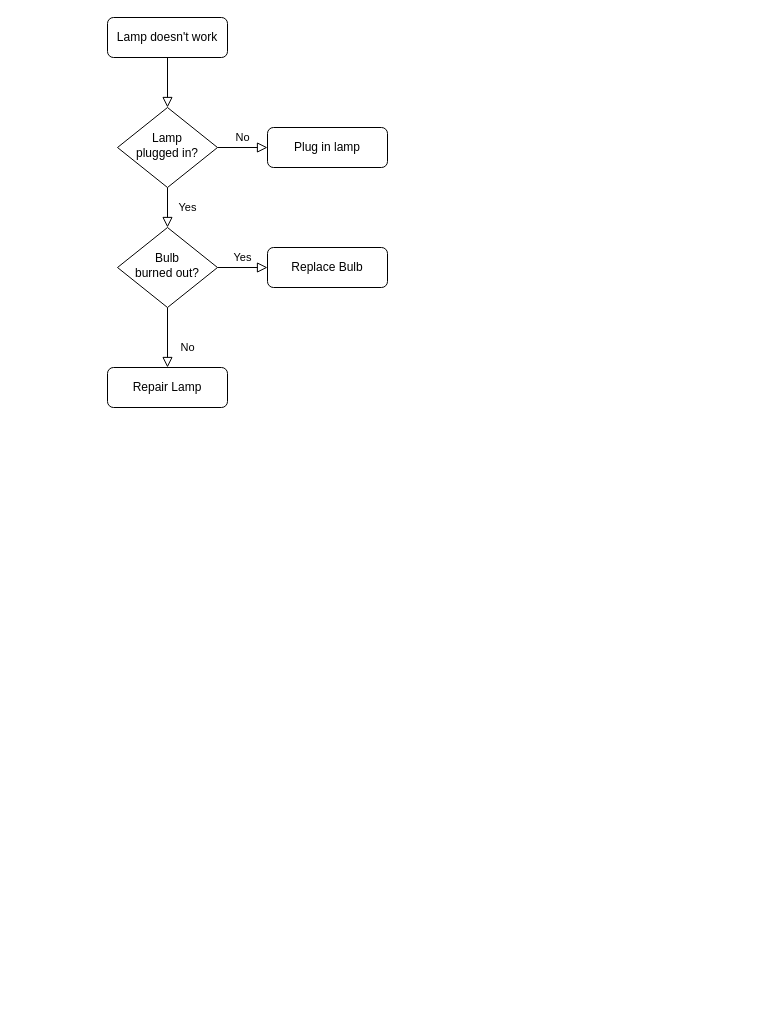
Before: 未命名绘图.drawio in lllfx/A-Guide-to-Retrieval-Augmented-LLM, a draw.io diagram. Source tidied: cells renumbered, new cells numbered last; positions are measured from the earlier drawing's top-left corner, leaving out a move shared by most shapes. Both pictures are drawn from the tidied source at 100%, with x=0, y=0 at pixel (107, 17).
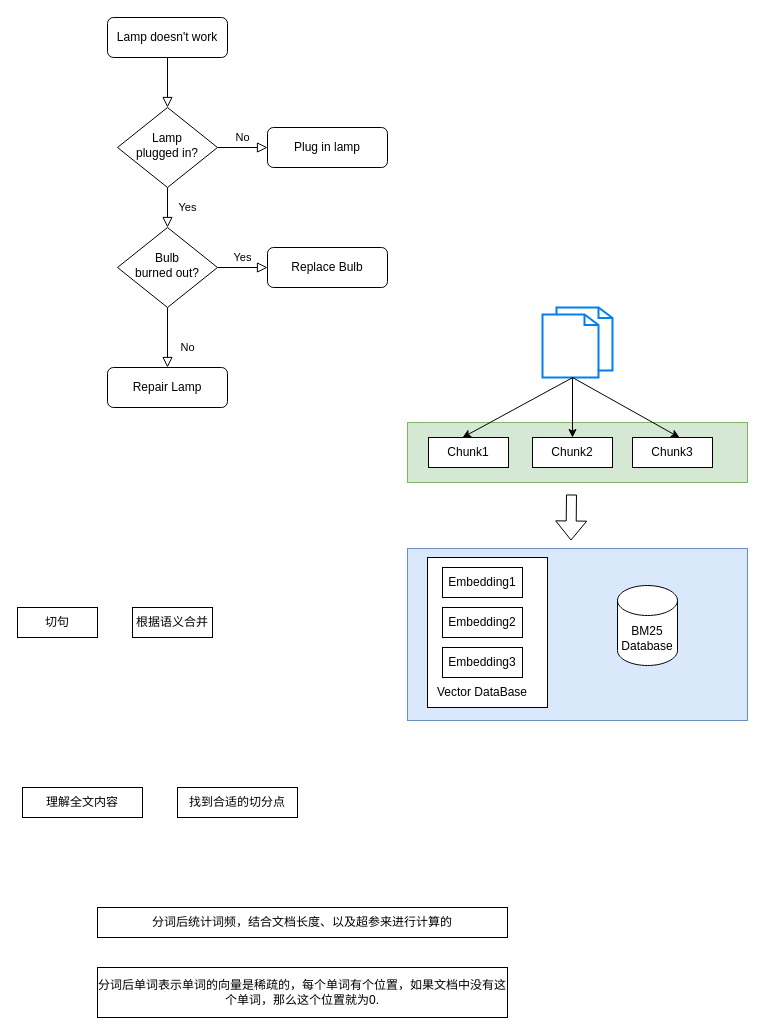
The same diagram, later.

Commit message:
更新未命名绘图.drawio

Change to the diagram source:
```diff
@@
+    <mxCell id="13" value="切句" style="rounded=0;whiteSpace=wrap;html=1;" parent="1" vertex="1">
+      <mxGeometry x="-90" y="590" width="80" height="30" as="geometry" />
+    </mxCell>
+    <mxCell id="14" value="根据语义合并" style="rounded=0;whiteSpace=wrap;html=1;" parent="1" vertex="1">
+      <mxGeometry x="25" y="590" width="80" height="30" as="geometry" />
+    </mxCell>
+    <mxCell id="15" value="理解全文内容" style="rounded=0;whiteSpace=wrap;html=1;" parent="1" vertex="1">
+      <mxGeometry x="-85" y="770" width="120" height="30" as="geometry" />
+    </mxCell>
+    <mxCell id="16" value="找到合适的切分点" style="rounded=0;whiteSpace=wrap;html=1;" parent="1" vertex="1">
+      <mxGeometry x="70" y="770" width="120" height="30" as="geometry" />
+    </mxCell>
+    <mxCell id="17" style="rounded=0;whiteSpace=wrap;html=1;fillColor=#dae8fc;strokeColor=#6c8ebf;" parent="1" vertex="1">
+      <mxGeometry x="300" y="531" width="340" height="172" as="geometry" />
+    </mxCell>
+    <mxCell id="18" style="rounded=0;whiteSpace=wrap;html=1;fillColor=#d5e8d4;strokeColor=#82b366;" parent="1" vertex="1">
+      <mxGeometry x="300" y="405" width="340" height="60" as="geometry" />
+    </mxCell>
+    <mxCell id="19" style="rounded=0;whiteSpace=wrap;html=1;" parent="1" vertex="1">
+      <mxGeometry x="320" y="540" width="120" height="150" as="geometry" />
+    </mxCell>
+    <mxCell id="20" style="html=1;verticalLabelPosition=bottom;align=center;labelBackgroundColor=#ffffff;verticalAlign=top;strokeWidth=2;strokeColor=#0080F0;shadow=0;dashed=0;shape=mxgraph.ios7.icons.documents;" parent="1" vertex="1">
+      <mxGeometry x="435" y="290" width="70" height="70" as="geometry" />
+    </mxCell>
+    <mxCell id="21" style="endArrow=classic;html=1;rounded=0;exitX=0.433;exitY=1;exitDx=0;exitDy=0;exitPerimeter=0;entryX=0.5;entryY=0;entryDx=0;entryDy=0;" parent="1" edge="1" source="20">
+      <mxGeometry relative="1" as="geometry">
+        <mxPoint x="355" y="420" as="targetPoint" />
+      </mxGeometry>
+    </mxCell>
+    <mxCell id="22" style="endArrow=classic;html=1;rounded=0;entryX=0.5;entryY=0;entryDx=0;entryDy=0;" parent="1" edge="1">
+      <mxGeometry relative="1" as="geometry">
+        <mxPoint x="465" y="360" as="sourcePoint" />
+        <mxPoint x="572" y="420" as="targetPoint" />
+      </mxGeometry>
+    </mxCell>
+    <mxCell id="23" style="endArrow=classic;html=1;rounded=0;entryX=0.5;entryY=0;entryDx=0;entryDy=0;" parent="1" edge="1">
+      <mxGeometry relative="1" as="geometry">
+        <mxPoint x="465" y="360" as="sourcePoint" />
+        <mxPoint x="465" y="420" as="targetPoint" />
+      </mxGeometry>
+    </mxCell>
+    <mxCell id="24" value="BM25&lt;div&gt;Database&lt;/div&gt;" style="shape=cylinder3;whiteSpace=wrap;html=1;boundedLbl=1;backgroundOutline=1;size=15;" parent="1" vertex="1">
+      <mxGeometry x="510" y="568" width="60" height="80" as="geometry" />
+    </mxCell>
+    <mxCell id="25" value="Embedding1" style="rounded=0;whiteSpace=wrap;html=1;" parent="1" vertex="1">
+      <mxGeometry x="335" y="550" width="80" height="30" as="geometry" />
+    </mxCell>
+    <mxCell id="26" value="Chunk1" style="rounded=0;whiteSpace=wrap;html=1;" parent="1" vertex="1">
+      <mxGeometry x="321" y="420" width="80" height="30" as="geometry" />
+    </mxCell>
+    <mxCell id="27" value="Chunk2" style="rounded=0;whiteSpace=wrap;html=1;" parent="1" vertex="1">
+      <mxGeometry x="425" y="420" width="80" height="30" as="geometry" />
+    </mxCell>
+    <mxCell id="28" value="Chunk3" style="rounded=0;whiteSpace=wrap;html=1;" parent="1" vertex="1">
+      <mxGeometry x="525" y="420" width="80" height="30" as="geometry" />
+    </mxCell>
+    <mxCell id="29" value="Embedding2" style="rounded=0;whiteSpace=wrap;html=1;" parent="1" vertex="1">
+      <mxGeometry x="335" y="590" width="80" height="30" as="geometry" />
+    </mxCell>
+    <mxCell id="30" value="Embedding3" style="rounded=0;whiteSpace=wrap;html=1;" parent="1" vertex="1">
+      <mxGeometry x="335" y="630" width="80" height="30" as="geometry" />
+    </mxCell>
+    <mxCell id="31" value="Vector DataBase" style="text;html=1;align=center;verticalAlign=middle;whiteSpace=wrap;rounded=0;" parent="1" vertex="1">
+      <mxGeometry x="315" y="660" width="120" height="30" as="geometry" />
+    </mxCell>
+    <mxCell id="32" style="shape=flexArrow;endArrow=classic;html=1;rounded=0;" parent="1" edge="1">
+      <mxGeometry relative="1" as="geometry">
+        <mxPoint x="464" y="477" as="sourcePoint" />
+        <mxPoint x="463.5" y="523" as="targetPoint" />
+      </mxGeometry>
+    </mxCell>
+    <mxCell id="33" value="分词后统计词频，结合文档长度、以及超参来进行计算的" style="rounded=0;whiteSpace=wrap;html=1;" parent="1" vertex="1">
+      <mxGeometry x="-10" y="890" width="410" height="30" as="geometry" />
+    </mxCell>
+    <mxCell id="34" value="分词后单词表示单词的向量是稀疏的，每个单词有个位置，如果文档中没有这个单词，那么这个位置就为0." style="rounded=0;whiteSpace=wrap;html=1;" parent="1" vertex="1">
+      <mxGeometry x="-10" y="950" width="410" height="50" as="geometry" />
+    </mxCell>
```
